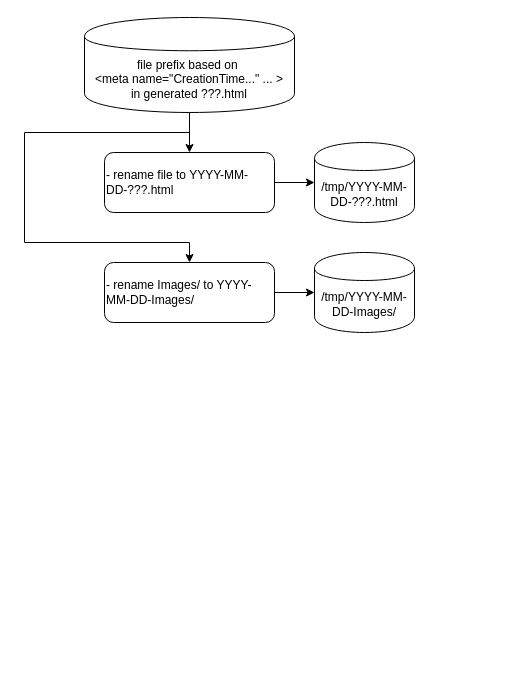
Before: page "Step 3b of Gluing Scrivener to Jekyll" (12 of 20) of Architecture-Scrivener-to-Jekyll.drawio in guitarvydas/scrivener-to-jekyll, a draw.io diagram. Source tidied: cells renumbered, new cells numbered last; positions are measured from the earlier drawing's top-left corner, leaving out a move shared by most shapes. Both pictures are drawn from the tidied source at 100%, with x=0, y=0 at pixel (24, 17).
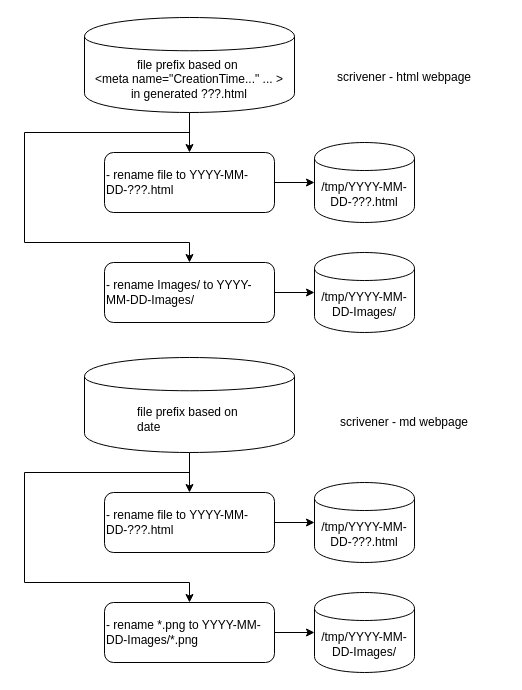
After the change.

Diff of the diagram source:
```diff
@@
+    <mxCell id="11" style="edgeStyle=orthogonalEdgeStyle;rounded=0;jettySize=auto;html=1;exitX=1;exitY=0.5;exitDx=0;exitDy=0;entryX=0;entryY=0.5;entryDx=0;entryDy=0;" parent="1" edge="1" source="12" target="15">
+      <mxGeometry relative="1" as="geometry" />
+    </mxCell>
+    <mxCell id="12" value="- rename file to YYYY-MM-DD-???.html" style="rounded=1;whiteSpace=wrap;html=1;shadow=0;align=left;" parent="1" vertex="1">
+      <mxGeometry x="80" y="475" width="170" height="60" as="geometry" />
+    </mxCell>
+    <mxCell id="13" style="edgeStyle=orthogonalEdgeStyle;rounded=0;jettySize=auto;html=1;" parent="1" edge="1" source="14" target="16">
+      <mxGeometry relative="1" as="geometry" />
+    </mxCell>
+    <mxCell id="14" value="- rename *.png to YYYY-MM-DD-Images/*.png" style="rounded=1;whiteSpace=wrap;html=1;shadow=0;align=left;" parent="1" vertex="1">
+      <mxGeometry x="80" y="585" width="170" height="60" as="geometry" />
+    </mxCell>
+    <mxCell id="15" value="/tmp/YYYY-MM-DD-???.html" style="shape=cylinder;whiteSpace=wrap;html=1;boundedLbl=1;backgroundOutline=1;shadow=0;align=center;" parent="1" vertex="1">
+      <mxGeometry x="290" y="465" width="100" height="80" as="geometry" />
+    </mxCell>
+    <mxCell id="16" value="/tmp/YYYY-MM-DD-Images/" style="shape=cylinder;whiteSpace=wrap;html=1;boundedLbl=1;backgroundOutline=1;shadow=0;align=center;" parent="1" vertex="1">
+      <mxGeometry x="290" y="575" width="100" height="80" as="geometry" />
+    </mxCell>
+    <mxCell id="17" style="edgeStyle=orthogonalEdgeStyle;rounded=0;jettySize=auto;html=1;" parent="1" edge="1" source="19" target="12">
+      <mxGeometry relative="1" as="geometry" />
+    </mxCell>
+    <mxCell id="18" style="edgeStyle=orthogonalEdgeStyle;rounded=0;jettySize=auto;html=1;exitX=0.5;exitY=1;exitDx=0;exitDy=0;entryX=0.5;entryY=0;entryDx=0;entryDy=0;" parent="1" edge="1" source="19" target="14">
+      <mxGeometry relative="1" as="geometry">
+        <Array as="points">
+          <mxPoint x="165" y="455" />
+          <mxPoint y="455" />
+          <mxPoint y="565" />
+          <mxPoint x="165" y="565" />
+        </Array>
+      </mxGeometry>
+    </mxCell>
+    <mxCell id="19" value="&lt;span style=&quot;text-align: left&quot;&gt;file prefix based on&amp;nbsp;&lt;/span&gt;&lt;br style=&quot;text-align: left&quot;&gt;&lt;div style=&quot;text-align: left&quot;&gt;&lt;span&gt;date&lt;/span&gt;&lt;/div&gt;" style="shape=cylinder;whiteSpace=wrap;html=1;boundedLbl=1;backgroundOutline=1;shadow=0;align=center;" parent="1" vertex="1">
+      <mxGeometry x="60" y="340" width="210" height="95" as="geometry" />
+    </mxCell>
+    <mxCell id="20" value="scrivener - md webpage" style="text;html=1;strokeColor=none;fillColor=none;align=center;verticalAlign=middle;whiteSpace=wrap;rounded=0;" parent="1" vertex="1">
+      <mxGeometry x="280" y="385" width="200" height="40" as="geometry" />
+    </mxCell>
+    <mxCell id="21" value="scrivener - html webpage" style="text;html=1;strokeColor=none;fillColor=none;align=center;verticalAlign=middle;whiteSpace=wrap;rounded=0;" parent="1" vertex="1">
+      <mxGeometry x="280" y="40" width="200" height="40" as="geometry" />
+    </mxCell>
```
